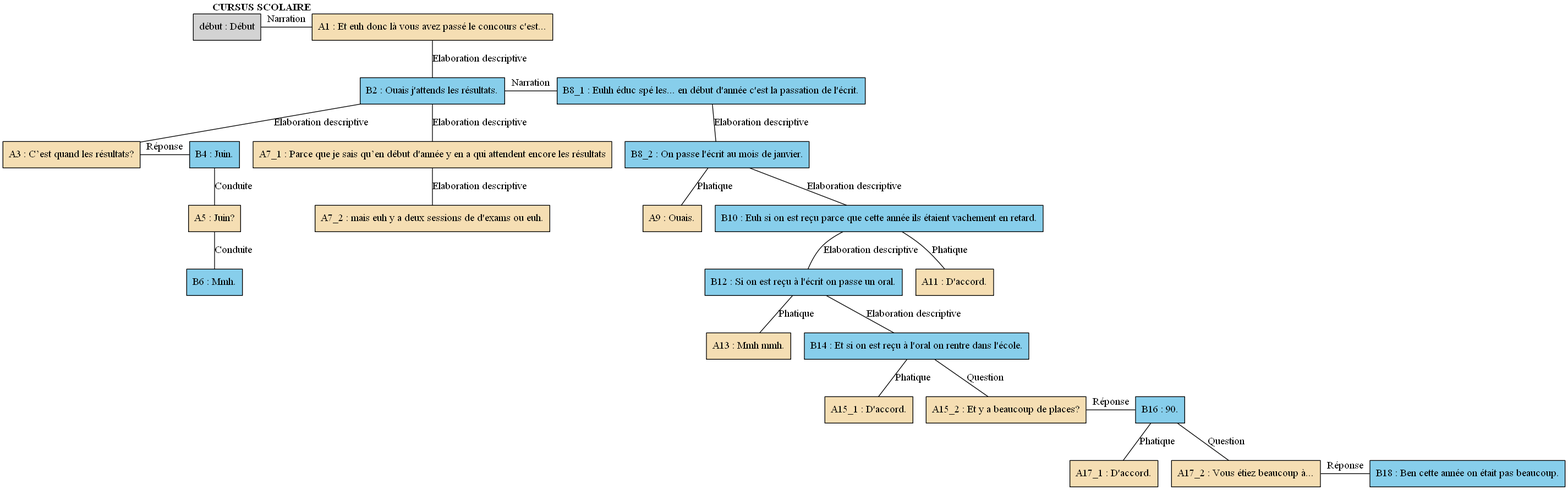
Earlier version of the Graphviz export arbres/Concours/Concours_-_A12.gv.png (AlaixComet/AnnotationSlamPTut). Its source is kept beside it as arbres/Concours/Concours_-_A12.gv.
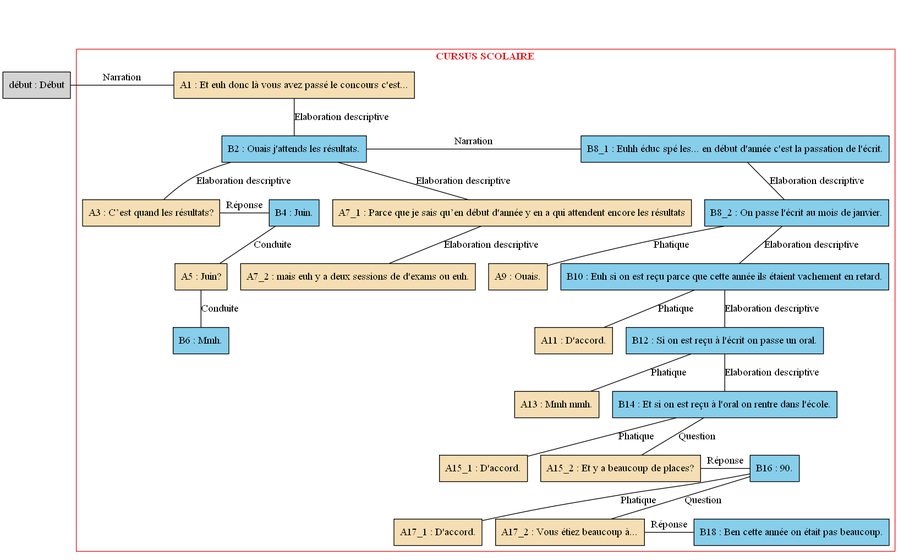
After the change.

What changed in the source:
```diff
@@ -1,73 +1,84 @@
 digraph A12 {
 	node [shape=box style=filled]
-	"début" [label="début : Début" xlabel=""]
-	A1 [label="A1 : Et euh donc là vous avez passé le concours c'est..." fillcolor=wheat xlabel=<<B>CURSUS SCOLAIRE</B>>]
-	B2 [label="B2 : Ouais j'attends les résultats." fillcolor=skyblue xlabel=""]
-	A3 [label="A3 : C’est quand les résultats?" fillcolor=wheat xlabel=""]
-	B4 [label="B4 : Juin." fillcolor=skyblue xlabel=""]
-	A5 [label="A5 : Juin?" fillcolor=wheat xlabel=""]
-	B6 [label="B6 : Mmh." fillcolor=skyblue xlabel=""]
-	A7_1 [label="A7_1 : Parce que je sais qu’en début d'année y en a qui attendent encore les résultats" fillcolor=wheat xlabel=""]
-	A7_2 [label="A7_2 : mais euh y a deux sessions de d'exams ou euh." fillcolor=wheat xlabel=""]
-	B8_1 [label="B8_1 : Euhh éduc spé les... en début d'année c'est la passation de l'écrit." fillcolor=skyblue xlabel=""]
-	B8_2 [label="B8_2 : On passe l'écrit au mois de janvier." fillcolor=skyblue xlabel=""]
-	A9 [label="A9 : Ouais." fillcolor=wheat xlabel=""]
-	B10 [label="B10 : Euh si on est reçu parce que cette année ils étaient vachement en retard." fillcolor=skyblue xlabel=""]
-	A11 [label="A11 : D'accord." fillcolor=wheat xlabel=""]
-	B12 [label="B12 : Si on est reçu à l'écrit on passe un oral." fillcolor=skyblue xlabel=""]
-	A13 [label="A13 : Mmh mmh." fillcolor=wheat xlabel=""]
-	B14 [label="B14 : Et si on est reçu à l'oral on rentre dans l'école." fillcolor=skyblue xlabel=""]
-	A15_1 [label="A15_1 : D'accord." fillcolor=wheat xlabel=""]
-	A15_2 [label="A15_2 : Et y a beaucoup de places?" fillcolor=wheat xlabel=""]
-	B16 [label="B16 : 90." fillcolor=skyblue xlabel=""]
-	A17_1 [label="A17_1 : D'accord." fillcolor=wheat xlabel=""]
-	A17_2 [label="A17_2 : Vous étiez beaucoup à..." fillcolor=wheat xlabel=""]
-	B18 [label="B18 : Ben cette année on était pas beaucoup." fillcolor=skyblue xlabel=""]
-	{
-		rank=same
-		"début"
+	newrank=true
+	zero [style=invis]
+	"début" [label="début : Début"]
+	A1 [label="A1 : Et euh donc là vous avez passé le concours c'est..." fillcolor=wheat]
+	B2 [label="B2 : Ouais j'attends les résultats." fillcolor=skyblue]
+	A3 [label="A3 : C’est quand les résultats?" fillcolor=wheat]
+	B4 [label="B4 : Juin." fillcolor=skyblue]
+	A5 [label="A5 : Juin?" fillcolor=wheat]
+	B6 [label="B6 : Mmh." fillcolor=skyblue]
+	A7_1 [label="A7_1 : Parce que je sais qu’en début d'année y en a qui attendent encore les résultats" fillcolor=wheat]
+	A7_2 [label="A7_2 : mais euh y a deux sessions de d'exams ou euh." fillcolor=wheat]
+	B8_1 [label="B8_1 : Euhh éduc spé les... en début d'année c'est la passation de l'écrit." fillcolor=skyblue]
+	B8_2 [label="B8_2 : On passe l'écrit au mois de janvier." fillcolor=skyblue]
+	A9 [label="A9 : Ouais." fillcolor=wheat]
+	B10 [label="B10 : Euh si on est reçu parce que cette année ils étaient vachement en retard." fillcolor=skyblue]
+	A11 [label="A11 : D'accord." fillcolor=wheat]
+	B12 [label="B12 : Si on est reçu à l'écrit on passe un oral." fillcolor=skyblue]
+	A13 [label="A13 : Mmh mmh." fillcolor=wheat]
+	B14 [label="B14 : Et si on est reçu à l'oral on rentre dans l'école." fillcolor=skyblue]
+	A15_1 [label="A15_1 : D'accord." fillcolor=wheat]
+	A15_2 [label="A15_2 : Et y a beaucoup de places?" fillcolor=wheat]
+	B16 [label="B16 : 90." fillcolor=skyblue]
+	A17_1 [label="A17_1 : D'accord." fillcolor=wheat]
+	A17_2 [label="A17_2 : Vous étiez beaucoup à..." fillcolor=wheat]
+	B18 [label="B18 : Ben cette année on était pas beaucoup." fillcolor=skyblue]
+	zero -> "début" [label="" style=invis]
+	zero -> A1 [style=invis weight=1]
+	"début" -> A1 [label=Narration constraint=false dir=none]
+	A1 -> B2 [label="Elaboration descriptive" dir=none weight=2]
+	B2 -> A3 [label="Elaboration descriptive" dir=none weight=2]
+	B2 -> B4 [style=invis weight=1]
+	A3 -> B4 [label="Réponse" constraint=false dir=none]
+	B4 -> A5 [label=Conduite dir=none weight=2]
+	A5 -> B6 [label=Conduite dir=none weight=2]
+	B2 -> A7_1 [label="Elaboration descriptive" dir=none weight=2]
+	A7_1 -> A7_2 [label="Elaboration descriptive" dir=none weight=2]
+	A1 -> B8_1 [style=invis weight=1]
+	B2 -> B8_1 [label=Narration constraint=false dir=none]
+	B8_1 -> B8_2 [label="Elaboration descriptive" dir=none weight=2]
+	B8_2 -> A9 [label=Phatique dir=none weight=2]
+	B8_2 -> B10 [label="Elaboration descriptive" dir=none weight=2]
+	B10 -> A11 [label=Phatique dir=none weight=2]
+	B10 -> B12 [label="Elaboration descriptive" dir=none weight=2]
+	B12 -> A13 [label=Phatique dir=none weight=2]
+	B12 -> B14 [label="Elaboration descriptive" dir=none weight=2]
+	B14 -> A15_1 [label=Phatique dir=none weight=2]
+	B14 -> A15_2 [label=Question dir=none weight=2]
+	B14 -> B16 [style=invis weight=1]
+	A15_2 -> B16 [label="Réponse" constraint=false dir=none]
+	B16 -> A17_1 [label=Phatique dir=none weight=2]
+	B16 -> A17_2 [label=Question dir=none weight=2]
+	B16 -> B18 [style=invis weight=1]
+	A17_2 -> B18 [label="Réponse" constraint=false dir=none]
+	subgraph cluster_1 {
+		label=<<B>CURSUS SCOLAIRE</B>>
+		colorscheme=set19
+		color=1
+		fontcolor=1
 		A1
-		"début" -> A1 [label=Narration dir=none]
-	}
-	A1 -> B2 [label="Elaboration descriptive" dir=none]
-	B2 -> A3 [label="Elaboration descriptive" dir=none]
-	{
-		rank=same
+		B2
 		A3
 		B4
-		A3 -> B4 [label="Réponse" dir=none]
-	}
-	B4 -> A5 [label=Conduite dir=none]
-	A5 -> B6 [label=Conduite dir=none]
-	B2 -> A7_1 [label="Elaboration descriptive" dir=none]
-	A7_1 -> A7_2 [label="Elaboration descriptive" dir=none]
-	{
-		rank=same
-		B2
+		A5
+		B6
+		A7_1
+		A7_2
 		B8_1
-		B2 -> B8_1 [label=Narration dir=none]
-	}
-	B8_1 -> B8_2 [label="Elaboration descriptive" dir=none]
-	B8_2 -> A9 [label=Phatique dir=none]
-	B8_2 -> B10 [label="Elaboration descriptive" dir=none]
-	B10 -> A11 [label=Phatique dir=none]
-	B10 -> B12 [label="Elaboration descriptive" dir=none]
-	B12 -> A13 [label=Phatique dir=none]
-	B12 -> B14 [label="Elaboration descriptive" dir=none]
-	B14 -> A15_1 [label=Phatique dir=none]
-	B14 -> A15_2 [label=Question dir=none]
-	{
-		rank=same
+		B8_2
+		A9
+		B10
+		A11
+		B12
+		A13
+		B14
+		A15_1
 		A15_2
 		B16
-		A15_2 -> B16 [label="Réponse" dir=none]
-	}
-	B16 -> A17_1 [label=Phatique dir=none]
-	B16 -> A17_2 [label=Question dir=none]
-	{
-		rank=same
+		A17_1
 		A17_2
 		B18
-		A17_2 -> B18 [label="Réponse" dir=none]
 	}
 }
```
